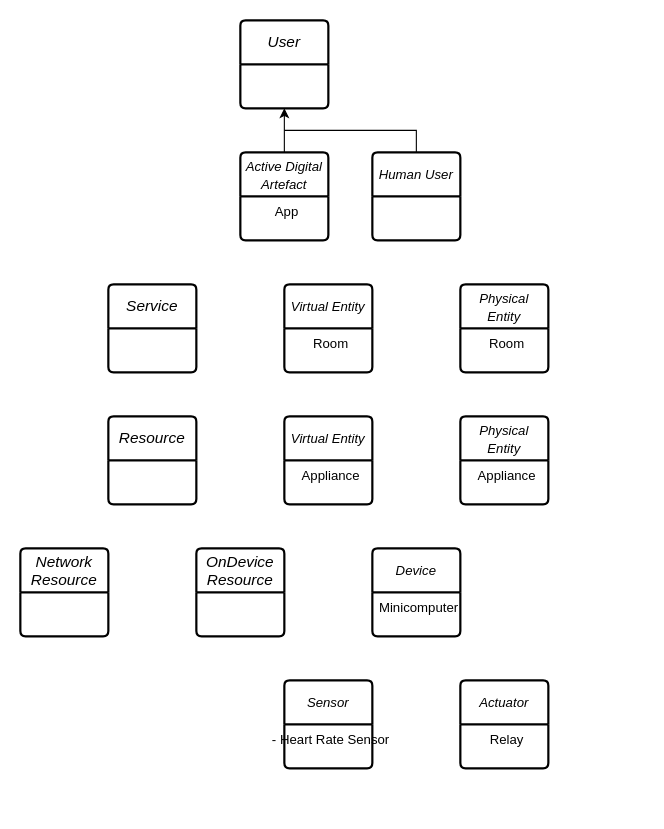
Before: Untitled Diagram.drawio in CoffeeNte/CoffeeNte, a draw.io diagram. Source tidied: cells renumbered, new cells numbered last; positions are measured from the earlier drawing's top-left corner, leaving out a move shared by most shapes. Both pictures are drawn from the tidied source at 110%, with x=0, y=0 at pixel (20, 20).
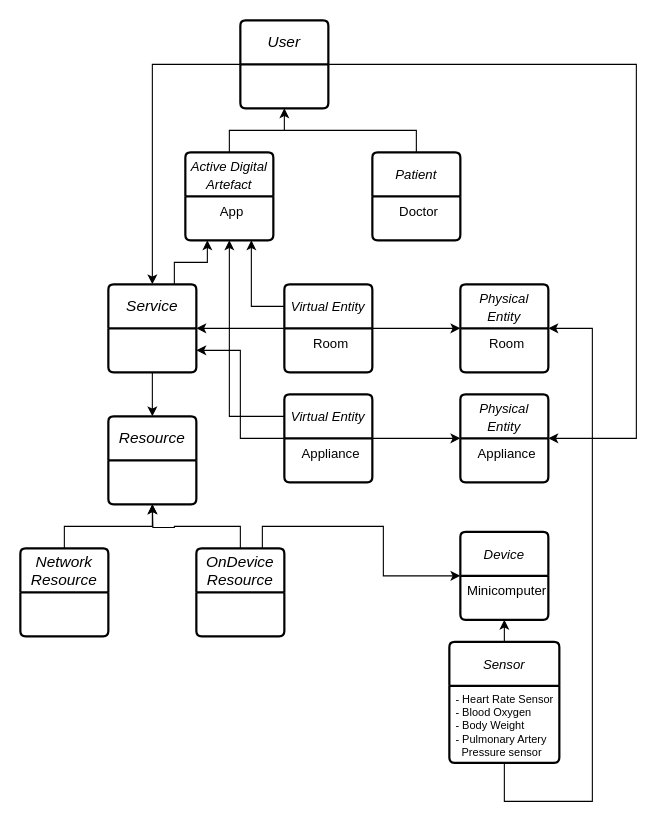
The same diagram, later.

Unchanged cells that the change refers to:
```xml
<mxCell id="2" value="&lt;i&gt;User&lt;/i&gt;" style="swimlane;horizontal=1;startSize=40;rounded=1;fontSize=14;fontStyle=0;strokeWidth=2;shadow=0;dashed=0;align=center;arcSize=4;whiteSpace=wrap;html=1;" parent="1" vertex="1">
  <mxGeometry x="200" width="80" height="80" as="geometry" />
</mxCell>
<mxCell id="5" value="&lt;div style=&quot;&quot;&gt;&lt;span style=&quot;background-color: initial;&quot;&gt;App&lt;/span&gt;&lt;/div&gt;" style="align=center;strokeColor=none;fillColor=none;spacingLeft=4;fontSize=12;verticalAlign=top;html=1;" parent="4" vertex="1">
  <mxGeometry y="40" width="80" height="40" as="geometry" />
</mxCell>
<mxCell id="9" value="&lt;i style=&quot;border-color: var(--border-color); font-size: 12px;&quot;&gt;Virtual Entity&lt;/i&gt;" style="swimlane;horizontal=1;startSize=40;rounded=1;fontSize=14;fontStyle=0;strokeWidth=2;shadow=0;dashed=0;align=center;arcSize=4;whiteSpace=wrap;html=1;" parent="1" vertex="1">
  <mxGeometry x="240" y="240" width="80" height="80" as="geometry" />
</mxCell>
<mxCell id="10" value="&lt;div style=&quot;&quot;&gt;&lt;span style=&quot;background-color: initial;&quot;&gt;Room&lt;/span&gt;&lt;/div&gt;" style="align=center;strokeColor=none;fillColor=none;spacingLeft=4;fontSize=12;verticalAlign=top;html=1;" parent="9" vertex="1">
  <mxGeometry y="40" width="80" height="40" as="geometry" />
</mxCell>
<mxCell id="11" value="&lt;i&gt;Service&lt;/i&gt;" style="swimlane;horizontal=1;startSize=40;rounded=1;fontSize=14;fontStyle=0;strokeWidth=2;shadow=0;dashed=0;align=center;arcSize=4;whiteSpace=wrap;html=1;" parent="1" vertex="1">
  <mxGeometry x="80" y="240" width="80" height="80" as="geometry" />
</mxCell>
<mxCell id="12" value="&lt;i&gt;Resource&lt;/i&gt;" style="swimlane;horizontal=1;startSize=40;rounded=1;fontSize=14;fontStyle=0;strokeWidth=2;shadow=0;dashed=0;align=center;arcSize=4;whiteSpace=wrap;html=1;" parent="1" vertex="1">
  <mxGeometry x="80" y="360" width="80" height="80" as="geometry" />
</mxCell>
<mxCell id="13" value="&lt;i&gt;Network Resource&lt;/i&gt;" style="swimlane;horizontal=1;startSize=40;rounded=1;fontSize=14;fontStyle=0;strokeWidth=2;shadow=0;dashed=0;align=center;arcSize=4;whiteSpace=wrap;html=1;" parent="1" vertex="1">
  <mxGeometry y="480" width="80" height="80" as="geometry" />
</mxCell>
<mxCell id="14" value="&lt;i&gt;OnDevice Resource&lt;/i&gt;" style="swimlane;horizontal=1;startSize=40;rounded=1;fontSize=14;fontStyle=0;strokeWidth=2;shadow=0;dashed=0;align=center;arcSize=4;whiteSpace=wrap;html=1;" parent="1" vertex="1">
  <mxGeometry x="160" y="480" width="80" height="80" as="geometry" />
</mxCell>
<mxCell id="18" value="&lt;div style=&quot;&quot;&gt;&lt;span style=&quot;background-color: initial;&quot;&gt;Room&lt;/span&gt;&lt;/div&gt;" style="align=center;strokeColor=none;fillColor=none;spacingLeft=4;fontSize=12;verticalAlign=top;html=1;" parent="17" vertex="1">
  <mxGeometry y="40" width="80" height="40" as="geometry" />
</mxCell>
<mxCell id="22" value="&lt;div style=&quot;&quot;&gt;&lt;span style=&quot;background-color: initial;&quot;&gt;Minicomputer&lt;/span&gt;&lt;/div&gt;" style="align=center;strokeColor=none;fillColor=none;spacingLeft=4;fontSize=12;verticalAlign=top;html=1;" parent="21" vertex="1">
  <mxGeometry y="40" width="80" height="40" as="geometry" />
</mxCell>
```

The edit, as a diff of the source:
```diff
@@
+    <mxCell id="27" style="edgeStyle=orthogonalEdgeStyle;rounded=0;jettySize=auto;html=1;exitX=0;exitY=0.5;exitDx=0;exitDy=0;entryX=0.5;entryY=0;entryDx=0;entryDy=0;" parent="1" edge="1" source="2" target="11">
+      <mxGeometry relative="1" as="geometry" />
+    </mxCell>
+    <mxCell id="28" style="edgeStyle=orthogonalEdgeStyle;rounded=0;jettySize=auto;html=1;exitX=1;exitY=0.5;exitDx=0;exitDy=0;entryX=1;entryY=0;entryDx=0;entryDy=0;" parent="1" edge="1" source="2" target="43">
+      <mxGeometry relative="1" as="geometry">
+        <Array as="points">
+          <mxPoint x="560" y="40" />
+          <mxPoint x="560" y="380" />
+        </Array>
+      </mxGeometry>
+    </mxCell>
@@
     <mxCell id="4" value="&lt;i style=&quot;border-color: var(--border-color); font-size: 12px;&quot;&gt;Active Digital Artefact&lt;/i&gt;" style="swimlane;horizontal=1;startSize=40;rounded=1;fontSize=14;fontStyle=0;strokeWidth=2;shadow=0;dashed=0;align=center;arcSize=4;whiteSpace=wrap;html=1;" parent="1" vertex="1">
-      <mxGeometry x="200" y="120" width="80" height="80" as="geometry" />
+      <mxGeometry x="150" y="120" width="80" height="80" as="geometry" />
     </mxCell>
@@
-    <mxCell id="7" value="&lt;i style=&quot;border-color: var(--border-color); font-size: 12px;&quot;&gt;Human User&lt;/i&gt;" style="swimlane;horizontal=1;startSize=40;rounded=1;fontSize=14;fontStyle=0;strokeWidth=2;shadow=0;dashed=0;align=center;arcSize=4;whiteSpace=wrap;html=1;" parent="1" vertex="1">
+    <mxCell id="7" value="&lt;i style=&quot;border-color: var(--border-color); font-size: 12px;&quot;&gt;Patient&lt;/i&gt;" style="swimlane;horizontal=1;startSize=40;rounded=1;fontSize=14;fontStyle=0;strokeWidth=2;shadow=0;dashed=0;align=center;arcSize=4;whiteSpace=wrap;html=1;" parent="1" vertex="1">
       <mxGeometry x="320" y="120" width="80" height="80" as="geometry" />
     </mxCell>
-    <mxCell id="8" value="&lt;div style=&quot;&quot;&gt;&lt;br&gt;&lt;/div&gt;" style="align=center;strokeColor=none;fillColor=none;spacingLeft=4;fontSize=12;verticalAlign=top;html=1;" parent="7" vertex="1">
+    <mxCell id="8" value="&lt;div style=&quot;&quot;&gt;Doctor&lt;/div&gt;" style="align=center;strokeColor=none;fillColor=none;spacingLeft=4;fontSize=12;verticalAlign=top;html=1;" parent="7" vertex="1">
       <mxGeometry y="40" width="80" height="40" as="geometry" />
     </mxCell>
+    <mxCell id="29" value="&lt;div style=&quot;&quot;&gt;&lt;br&gt;&lt;/div&gt;" style="align=center;strokeColor=none;fillColor=none;spacingLeft=4;fontSize=12;verticalAlign=top;html=1;" parent="7" vertex="1">
+      <mxGeometry y="80" width="80" as="geometry" />
+    </mxCell>
+    <mxCell id="30" style="edgeStyle=orthogonalEdgeStyle;rounded=0;jettySize=auto;html=1;exitX=0;exitY=0.5;exitDx=0;exitDy=0;entryX=1;entryY=0.5;entryDx=0;entryDy=0;" parent="1" edge="1" source="9" target="11">
+      <mxGeometry relative="1" as="geometry" />
+    </mxCell>
+    <mxCell id="31" style="edgeStyle=orthogonalEdgeStyle;rounded=0;jettySize=auto;html=1;exitX=0;exitY=0.25;exitDx=0;exitDy=0;entryX=0.75;entryY=1;entryDx=0;entryDy=0;" parent="1" edge="1" source="9" target="5">
+      <mxGeometry relative="1" as="geometry" />
+    </mxCell>
@@
+    <mxCell id="32" style="edgeStyle=orthogonalEdgeStyle;rounded=0;jettySize=auto;html=1;exitX=0.5;exitY=1;exitDx=0;exitDy=0;entryX=0.5;entryY=0;entryDx=0;entryDy=0;" parent="1" edge="1" source="11" target="12">
+      <mxGeometry relative="1" as="geometry" />
+    </mxCell>
+    <mxCell id="33" style="edgeStyle=orthogonalEdgeStyle;rounded=0;jettySize=auto;html=1;exitX=0.75;exitY=0;exitDx=0;exitDy=0;entryX=0.25;entryY=1;entryDx=0;entryDy=0;" parent="1" edge="1" source="11" target="5">
+      <mxGeometry relative="1" as="geometry" />
+    </mxCell>
@@
+    <mxCell id="34" style="edgeStyle=orthogonalEdgeStyle;rounded=0;jettySize=auto;html=1;exitX=0.5;exitY=0;exitDx=0;exitDy=0;entryX=0.5;entryY=1;entryDx=0;entryDy=0;" parent="1" edge="1" source="13" target="12">
+      <mxGeometry relative="1" as="geometry" />
+    </mxCell>
@@
+    <mxCell id="35" style="edgeStyle=orthogonalEdgeStyle;rounded=0;jettySize=auto;html=1;exitX=0.5;exitY=0;exitDx=0;exitDy=0;" parent="1" edge="1" source="14">
+      <mxGeometry relative="1" as="geometry">
+        <mxPoint x="120" y="440" as="targetPoint" />
+      </mxGeometry>
+    </mxCell>
+    <mxCell id="36" style="edgeStyle=orthogonalEdgeStyle;rounded=0;jettySize=auto;html=1;exitX=0.75;exitY=0;exitDx=0;exitDy=0;entryX=0;entryY=0;entryDx=0;entryDy=0;" parent="1" edge="1" source="14" target="22">
+      <mxGeometry relative="1" as="geometry">
+        <Array as="points">
+          <mxPoint x="220" y="460" />
+          <mxPoint x="330" y="460" />
+          <mxPoint x="330" y="505" />
+        </Array>
+      </mxGeometry>
+    </mxCell>
@@
-    <mxCell id="15" value="&lt;i style=&quot;border-color: var(--border-color); font-size: 12px;&quot;&gt;Virtual Entity&lt;/i&gt;" style="swimlane;horizontal=1;startSize=40;rounded=1;fontSize=14;fontStyle=0;strokeWidth=2;shadow=0;dashed=0;align=center;arcSize=4;whiteSpace=wrap;html=1;" parent="1" vertex="1">
-      <mxGeometry x="240" y="360" width="80" height="80" as="geometry" />
-    </mxCell>
-    <mxCell id="16" value="&lt;div style=&quot;&quot;&gt;&lt;span style=&quot;background-color: initial;&quot;&gt;Appliance&lt;/span&gt;&lt;/div&gt;" style="align=center;strokeColor=none;fillColor=none;spacingLeft=4;fontSize=12;verticalAlign=top;html=1;" parent="15" vertex="1">
-      <mxGeometry y="40" width="80" height="40" as="geometry" />
-    </mxCell>
@@
-    <mxCell id="19" value="&lt;i style=&quot;border-color: var(--border-color); font-size: 12px;&quot;&gt;Physical Entity&lt;/i&gt;" style="swimlane;horizontal=1;startSize=40;rounded=1;fontSize=14;fontStyle=0;strokeWidth=2;shadow=0;dashed=0;align=center;arcSize=4;whiteSpace=wrap;html=1;" parent="1" vertex="1">
-      <mxGeometry x="400" y="360" width="80" height="80" as="geometry" />
-    </mxCell>
-    <mxCell id="20" value="&lt;div style=&quot;&quot;&gt;&lt;span style=&quot;background-color: initial;&quot;&gt;Appliance&lt;/span&gt;&lt;/div&gt;" style="align=center;strokeColor=none;fillColor=none;spacingLeft=4;fontSize=12;verticalAlign=top;html=1;" parent="19" vertex="1">
-      <mxGeometry y="40" width="80" height="40" as="geometry" />
-    </mxCell>
     <mxCell id="21" value="&lt;span style=&quot;border-color: var(--border-color); font-size: 12px;&quot;&gt;Device&lt;/span&gt;" style="swimlane;horizontal=1;startSize=40;rounded=1;fontSize=14;fontStyle=2;strokeWidth=2;shadow=0;dashed=0;align=center;arcSize=4;whiteSpace=wrap;html=1;" parent="1" vertex="1">
-      <mxGeometry x="320" y="480" width="80" height="80" as="geometry" />
+      <mxGeometry x="400" y="465" width="80" height="80" as="geometry" />
     </mxCell>
@@
+    <mxCell id="37" style="edgeStyle=orthogonalEdgeStyle;rounded=0;jettySize=auto;html=1;exitX=0.5;exitY=0;exitDx=0;exitDy=0;entryX=0.5;entryY=1;entryDx=0;entryDy=0;" parent="1" edge="1" source="23" target="22">
+      <mxGeometry relative="1" as="geometry" />
+    </mxCell>
     <mxCell id="23" value="&lt;span style=&quot;border-color: var(--border-color); font-size: 12px;&quot;&gt;Sensor&lt;/span&gt;" style="swimlane;horizontal=1;startSize=40;rounded=1;fontSize=14;fontStyle=2;strokeWidth=2;shadow=0;dashed=0;align=center;arcSize=4;whiteSpace=wrap;html=1;" parent="1" vertex="1">
-      <mxGeometry x="240" y="600" width="80" height="80" as="geometry" />
+      <mxGeometry x="390" y="565" width="100" height="110" as="geometry" />
     </mxCell>
-    <mxCell id="24" value="&lt;div style=&quot;&quot;&gt;- Heart Rate Sensor&lt;/div&gt;&lt;div style=&quot;&quot;&gt;&lt;br&gt;&lt;/div&gt;" style="align=center;strokeColor=none;fillColor=none;spacingLeft=4;fontSize=12;verticalAlign=top;html=1;" parent="23" vertex="1">
-      <mxGeometry y="40" width="80" height="40" as="geometry" />
+    <mxCell id="24" value="&lt;div style=&quot;font-size: 10px;&quot;&gt;&lt;font style=&quot;font-size: 10px;&quot;&gt;- Heart Rate Sensor&lt;/font&gt;&lt;/div&gt;&lt;div style=&quot;font-size: 10px;&quot;&gt;&lt;font style=&quot;font-size: 10px;&quot;&gt;- Blood Oxygen&lt;/font&gt;&lt;/div&gt;&lt;div style=&quot;font-size: 10px;&quot;&gt;&lt;font style=&quot;font-size: 10px;&quot;&gt;- Body Weight&lt;/font&gt;&lt;/div&gt;&lt;div style=&quot;font-size: 10px;&quot;&gt;- Pulmonary Artery&amp;nbsp;&lt;/div&gt;&lt;div style=&quot;font-size: 10px;&quot;&gt;&amp;nbsp; Pressure sensor&lt;/div&gt;" style="align=left;strokeColor=none;fillColor=none;spacingLeft=4;fontSize=12;verticalAlign=top;html=1;" parent="23" vertex="1">
+      <mxGeometry y="40" width="100" height="70" as="geometry" />
     </mxCell>
-    <mxCell id="25" value="&lt;span style=&quot;border-color: var(--border-color); font-size: 12px;&quot;&gt;Actuator&lt;/span&gt;" style="swimlane;horizontal=1;startSize=40;rounded=1;fontSize=14;fontStyle=2;strokeWidth=2;shadow=0;dashed=0;align=center;arcSize=4;whiteSpace=wrap;html=1;" parent="1" vertex="1">
-      <mxGeometry x="400" y="600" width="80" height="80" as="geometry" />
-    </mxCell>
-    <mxCell id="26" value="&lt;div style=&quot;&quot;&gt;&lt;span style=&quot;background-color: initial;&quot;&gt;Relay&lt;/span&gt;&lt;/div&gt;" style="align=center;strokeColor=none;fillColor=none;spacingLeft=4;fontSize=12;verticalAlign=top;html=1;" parent="25" vertex="1">
-      <mxGeometry y="40" width="80" height="40" as="geometry" />
-    </mxCell>
+    <mxCell id="38" style="edgeStyle=orthogonalEdgeStyle;rounded=0;jettySize=auto;html=1;exitX=1;exitY=0;exitDx=0;exitDy=0;entryX=0;entryY=0;entryDx=0;entryDy=0;" parent="1" edge="1" source="10" target="18">
+      <mxGeometry relative="1" as="geometry">
+        <Array as="points">
+          <mxPoint x="360" y="280" />
+          <mxPoint x="360" y="280" />
+        </Array>
+      </mxGeometry>
+    </mxCell>
+    <mxCell id="39" style="edgeStyle=orthogonalEdgeStyle;rounded=0;jettySize=auto;html=1;exitX=0.5;exitY=1;exitDx=0;exitDy=0;entryX=1;entryY=0;entryDx=0;entryDy=0;" parent="1" edge="1" source="24" target="18">
+      <mxGeometry relative="1" as="geometry">
+        <Array as="points">
+          <mxPoint x="440" y="710" />
+          <mxPoint x="520" y="710" />
+          <mxPoint x="520" y="280" />
+        </Array>
+      </mxGeometry>
+    </mxCell>
+    <mxCell id="40" style="edgeStyle=orthogonalEdgeStyle;rounded=0;jettySize=auto;html=1;exitX=0;exitY=0.5;exitDx=0;exitDy=0;entryX=1;entryY=0.75;entryDx=0;entryDy=0;" parent="1" edge="1" source="15" target="11">
+      <mxGeometry relative="1" as="geometry" />
+    </mxCell>
+    <mxCell id="41" style="edgeStyle=orthogonalEdgeStyle;rounded=0;jettySize=auto;html=1;exitX=0;exitY=0.25;exitDx=0;exitDy=0;entryX=0.5;entryY=1;entryDx=0;entryDy=0;" parent="1" edge="1" source="15" target="5">
+      <mxGeometry relative="1" as="geometry" />
+    </mxCell>
+    <mxCell id="15" value="&lt;i style=&quot;border-color: var(--border-color); font-size: 12px;&quot;&gt;Virtual Entity&lt;/i&gt;" style="swimlane;horizontal=1;startSize=40;rounded=1;fontSize=14;fontStyle=0;strokeWidth=2;shadow=0;dashed=0;align=center;arcSize=4;whiteSpace=wrap;html=1;" parent="1" vertex="1">
+      <mxGeometry x="240" y="340" width="80" height="80" as="geometry" />
+    </mxCell>
+    <mxCell id="42" value="&lt;div style=&quot;&quot;&gt;&lt;span style=&quot;background-color: initial;&quot;&gt;Appliance&lt;/span&gt;&lt;/div&gt;" style="align=center;strokeColor=none;fillColor=none;spacingLeft=4;fontSize=12;verticalAlign=top;html=1;" parent="15" vertex="1">
+      <mxGeometry y="40" width="80" height="40" as="geometry" />
+    </mxCell>
+    <mxCell id="19" value="&lt;i style=&quot;border-color: var(--border-color); font-size: 12px;&quot;&gt;Physical Entity&lt;/i&gt;" style="swimlane;horizontal=1;startSize=40;rounded=1;fontSize=14;fontStyle=0;strokeWidth=2;shadow=0;dashed=0;align=center;arcSize=4;whiteSpace=wrap;html=1;" parent="1" vertex="1">
+      <mxGeometry x="400" y="340" width="80" height="80" as="geometry" />
+    </mxCell>
+    <mxCell id="43" value="&lt;div style=&quot;&quot;&gt;&lt;span style=&quot;background-color: initial;&quot;&gt;Appliance&lt;/span&gt;&lt;/div&gt;" style="align=center;strokeColor=none;fillColor=none;spacingLeft=4;fontSize=12;verticalAlign=top;html=1;" parent="19" vertex="1">
+      <mxGeometry y="40" width="80" height="40" as="geometry" />
+    </mxCell>
+    <mxCell id="44" style="edgeStyle=orthogonalEdgeStyle;rounded=0;jettySize=auto;html=1;exitX=1;exitY=0;exitDx=0;exitDy=0;entryX=0;entryY=0;entryDx=0;entryDy=0;" parent="1" edge="1" source="42" target="43">
+      <mxGeometry relative="1" as="geometry">
+        <Array as="points">
+          <mxPoint x="360" y="380" />
+          <mxPoint x="360" y="380" />
+        </Array>
+      </mxGeometry>
+    </mxCell>
```
